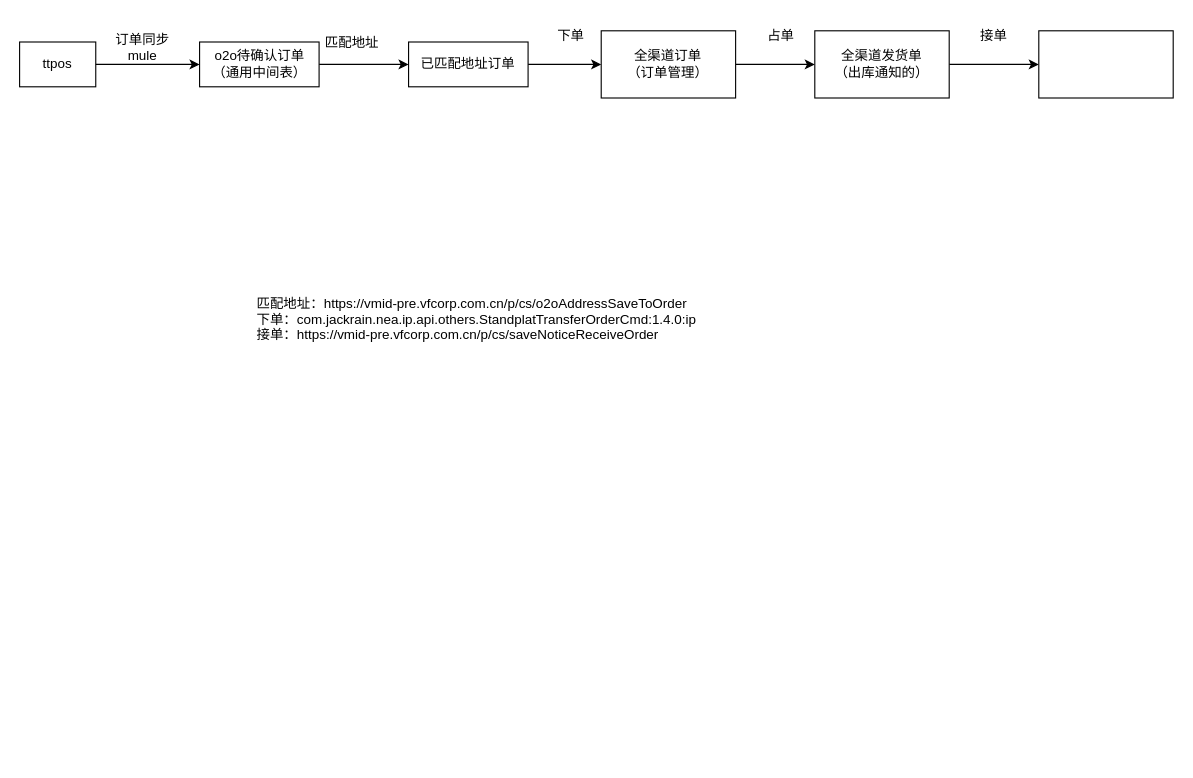
Above: VF/VMID/o2o_flow.drawio in yeahsyoung/diagram (draw.io), before the change. Source tidied: cells renumbered, new cells numbered last; positions are measured from the earlier drawing's top-left corner, leaving out a move shared by most shapes. Both pictures are drawn from the tidied source at 112%, with x=0, y=0 at pixel (19, 19).
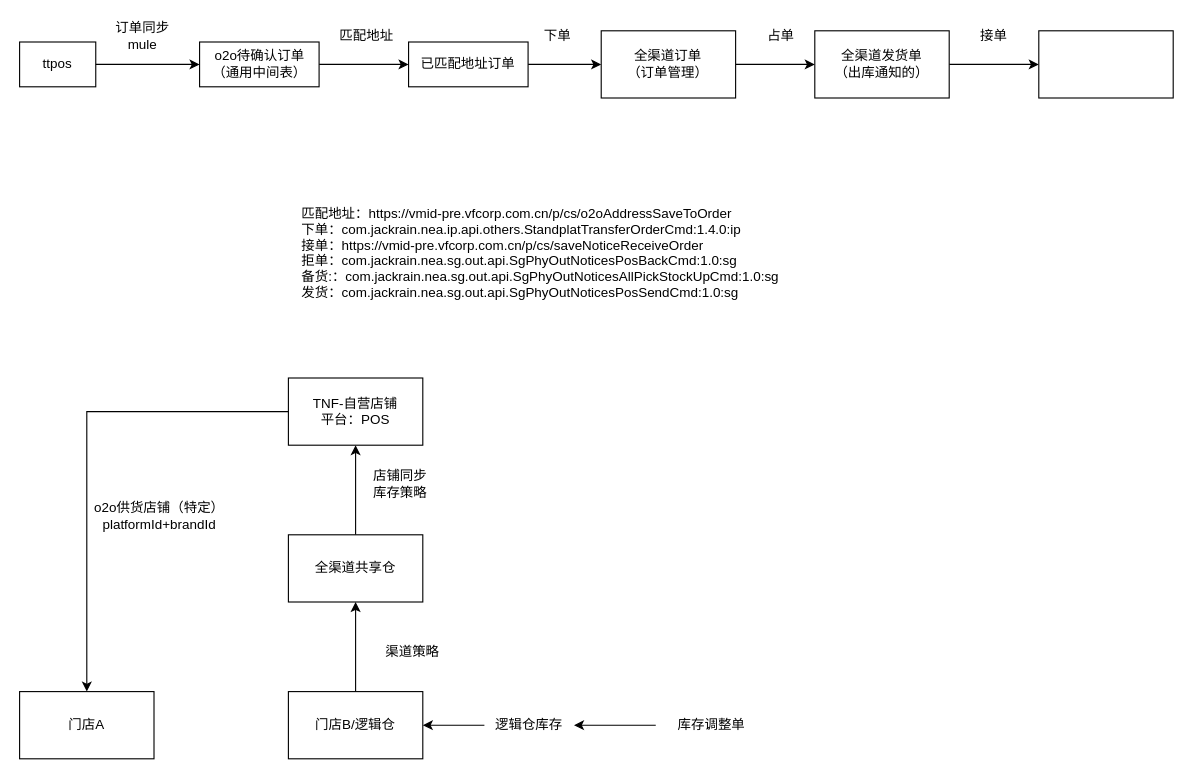
After the change.

The edit, as a diff of the source:
```diff
@@
     <mxCell id="5" value="订单同步&lt;div&gt;mule&lt;/div&gt;" style="text;html=1;whiteSpace=wrap;strokeColor=none;fillColor=none;align=center;verticalAlign=middle;rounded=0;" parent="1" vertex="1">
-      <mxGeometry x="80" y="10" width="60" height="30" as="geometry" />
+      <mxGeometry x="80" width="60" height="30" as="geometry" />
     </mxCell>
-    <mxCell id="6" value="匹配地址&lt;div&gt;&lt;div class=&quot;row&quot; style=&quot;display: flex; line-height: 18px; padding-left: 8px; gap: 12px; user-select: text; margin: 4px 0px; color: rgb(31, 31, 31); font-family: system-ui, sans-serif; text-align: start; background-color: rgb(255, 255, 255);&quot;&gt;&lt;/div&gt;&lt;/div&gt;" style="text;html=1;whiteSpace=wrap;strokeColor=none;fillColor=none;align=center;verticalAlign=middle;rounded=0;" parent="1" vertex="1">
-      <mxGeometry x="267.3" y="10" width="60" height="30" as="geometry" />
+    <mxCell id="6" value="匹配地址&lt;br&gt;" style="text;strokeColor=none;fillColor=none;align=center;verticalAlign=middle;rounded=0;html=1;whiteSpace=wrap;" parent="1" vertex="1">
+      <mxGeometry x="280" width="60" height="30" as="geometry" />
     </mxCell>
-    <mxCell id="7" value="匹配地址：https://vmid-pre.vfcorp.com.cn/p/cs/o2oAddressSaveToOrder&#10;下单：com.jackrain.nea.ip.api.others.StandplatTransferOrderCmd:1.4.0:ip&#10;接单：https://vmid-pre.vfcorp.com.cn/p/cs/saveNoticeReceiveOrder&#10;&#10;&#10;" style="text;strokeColor=none;fillColor=none;align=left;verticalAlign=top;rounded=0;" parent="1" vertex="1">
-      <mxGeometry x="210" y="240" width="410" height="130" as="geometry" />
+    <mxCell id="7" value="匹配地址：https://vmid-pre.vfcorp.com.cn/p/cs/o2oAddressSaveToOrder&#10;下单：com.jackrain.nea.ip.api.others.StandplatTransferOrderCmd:1.4.0:ip&#10;接单：https://vmid-pre.vfcorp.com.cn/p/cs/saveNoticeReceiveOrder&#10;拒单：com.jackrain.nea.sg.out.api.SgPhyOutNoticesPosBackCmd:1.0:sg&#10;备货:：com.jackrain.nea.sg.out.api.SgPhyOutNoticesAllPickStockUpCmd:1.0:sg&#10;发货：com.jackrain.nea.sg.out.api.SgPhyOutNoticesPosSendCmd:1.0:sg&#10;" style="text;strokeColor=none;fillColor=none;align=left;verticalAlign=top;rounded=0;" parent="1" vertex="1">
+      <mxGeometry x="250" y="160" width="410" height="130" as="geometry" />
     </mxCell>
@@
     <mxCell id="10" value="下单" style="text;html=1;whiteSpace=wrap;strokeColor=none;fillColor=none;align=center;verticalAlign=middle;rounded=0;" parent="1" vertex="1">
-      <mxGeometry x="466" width="53.3" height="30" as="geometry" />
+      <mxGeometry x="454" width="53.3" height="30" as="geometry" />
     </mxCell>
@@
+    <mxCell id="19" style="edgeStyle=orthogonalEdgeStyle;rounded=0;jettySize=auto;html=1;exitX=0.5;exitY=0;exitDx=0;exitDy=0;entryX=0.5;entryY=1;entryDx=0;entryDy=0;" parent="1" edge="1" source="20" target="22">
+      <mxGeometry relative="1" as="geometry" />
+    </mxCell>
+    <mxCell id="20" value="门店B/逻辑仓" style="rounded=0;whiteSpace=wrap;html=1;" parent="1" vertex="1">
+      <mxGeometry x="240" y="600" width="120" height="60" as="geometry" />
+    </mxCell>
+    <mxCell id="21" style="edgeStyle=orthogonalEdgeStyle;rounded=0;jettySize=auto;html=1;exitX=0.5;exitY=0;exitDx=0;exitDy=0;entryX=0.5;entryY=1;entryDx=0;entryDy=0;" parent="1" edge="1" source="22" target="24">
+      <mxGeometry relative="1" as="geometry" />
+    </mxCell>
+    <mxCell id="22" value="全渠道共享仓" style="rounded=0;whiteSpace=wrap;html=1;" parent="1" vertex="1">
+      <mxGeometry x="240" y="460" width="120" height="60" as="geometry" />
+    </mxCell>
+    <mxCell id="23" style="edgeStyle=orthogonalEdgeStyle;rounded=0;jettySize=auto;html=1;exitX=0;exitY=0.5;exitDx=0;exitDy=0;entryX=0.5;entryY=0;entryDx=0;entryDy=0;" parent="1" edge="1" source="24" target="31">
+      <mxGeometry relative="1" as="geometry" />
+    </mxCell>
+    <mxCell id="24" value="TNF-自营店铺&lt;div&gt;平台：POS&lt;/div&gt;" style="rounded=0;whiteSpace=wrap;html=1;" parent="1" vertex="1">
+      <mxGeometry x="240" y="320" width="120" height="60" as="geometry" />
+    </mxCell>
+    <mxCell id="25" style="edgeStyle=orthogonalEdgeStyle;rounded=0;jettySize=auto;html=1;exitX=0;exitY=0.5;exitDx=0;exitDy=0;entryX=1;entryY=0.5;entryDx=0;entryDy=0;" parent="1" edge="1" source="26" target="20">
+      <mxGeometry relative="1" as="geometry" />
+    </mxCell>
+    <mxCell id="26" value="逻辑仓库存" style="text;html=1;whiteSpace=wrap;strokeColor=none;fillColor=none;align=center;verticalAlign=middle;rounded=0;" parent="1" vertex="1">
+      <mxGeometry x="415" y="615" width="80" height="30" as="geometry" />
+    </mxCell>
+    <mxCell id="27" style="edgeStyle=orthogonalEdgeStyle;rounded=0;jettySize=auto;html=1;exitX=0;exitY=0.5;exitDx=0;exitDy=0;" parent="1" edge="1" source="28" target="26">
+      <mxGeometry relative="1" as="geometry" />
+    </mxCell>
+    <mxCell id="28" value="库存调整单" style="text;html=1;whiteSpace=wrap;strokeColor=none;fillColor=none;align=center;verticalAlign=middle;rounded=0;" parent="1" vertex="1">
+      <mxGeometry x="568" y="615" width="100" height="30" as="geometry" />
+    </mxCell>
+    <mxCell id="29" value="渠道策略" style="text;html=1;whiteSpace=wrap;strokeColor=none;fillColor=none;align=center;verticalAlign=middle;rounded=0;" parent="1" vertex="1">
+      <mxGeometry x="320.7" y="550" width="60" height="30" as="geometry" />
+    </mxCell>
+    <mxCell id="30" value="店铺同步库存策略" style="text;html=1;whiteSpace=wrap;strokeColor=none;fillColor=none;align=center;verticalAlign=middle;rounded=0;" parent="1" vertex="1">
+      <mxGeometry x="310" y="400" width="60" height="30" as="geometry" />
+    </mxCell>
+    <mxCell id="31" value="门店A" style="whiteSpace=wrap;html=1;" parent="1" vertex="1">
+      <mxGeometry y="600" width="120" height="60" as="geometry" />
+    </mxCell>
+    <mxCell id="32" value="o2o供货店铺（特定）&lt;div&gt;platformId+brandId&lt;/div&gt;" style="text;html=1;whiteSpace=wrap;strokeColor=none;fillColor=none;align=center;verticalAlign=middle;rounded=0;" parent="1" vertex="1">
+      <mxGeometry x="60" y="425" width="130" height="35" as="geometry" />
+    </mxCell>
```
